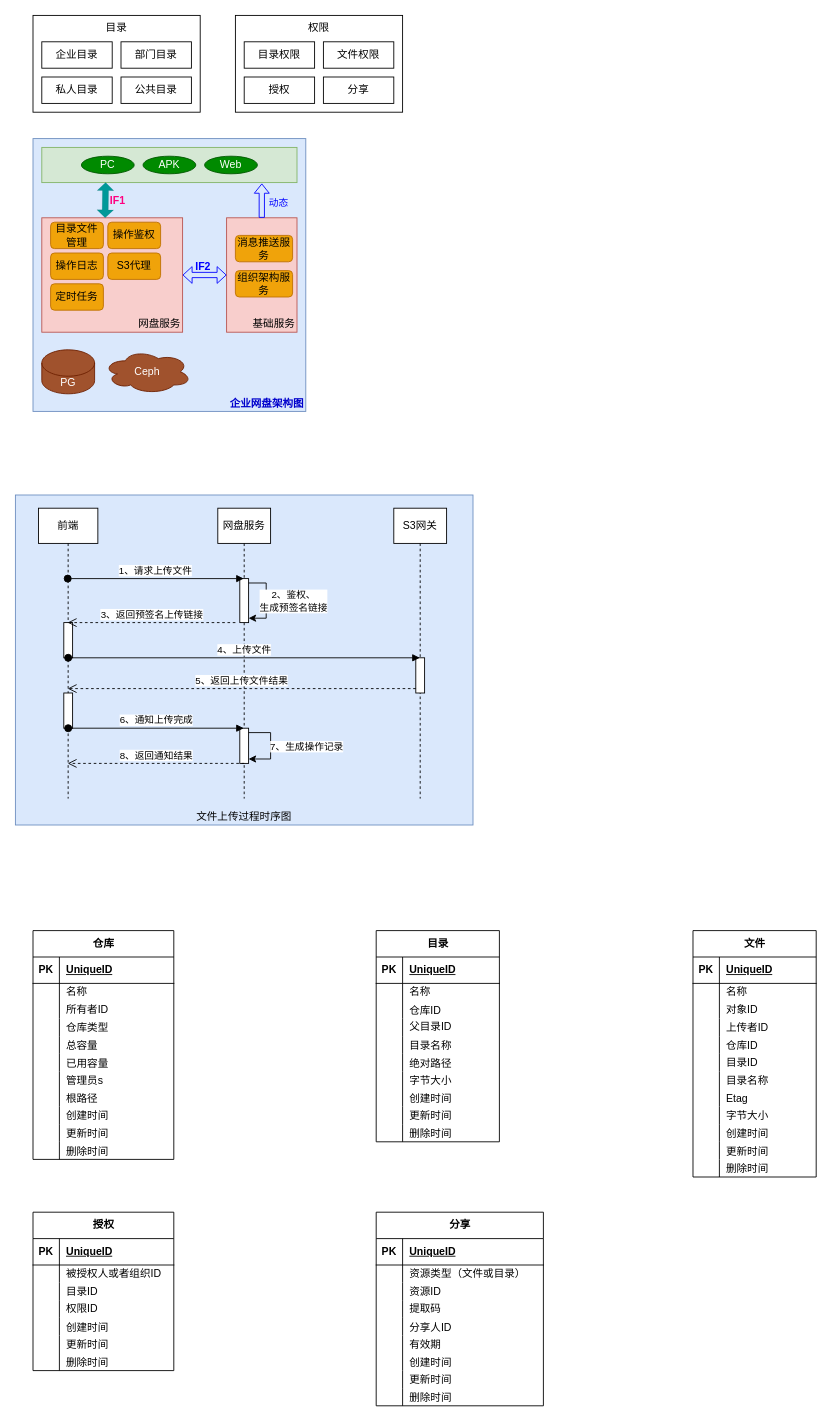
zebra-min/my-design keeps this draw.io diagram as page "企业网盘" (4 of 4) of StreamOA架构设计.drawio. Above is the earlier version. Source tidied: cells renumbered, new cells numbered last; positions are measured from the earlier drawing's top-left corner, leaving out a move shared by most shapes. Both pictures are drawn from the tidied source at 88%, with x=0, y=0 at pixel (15, 15).
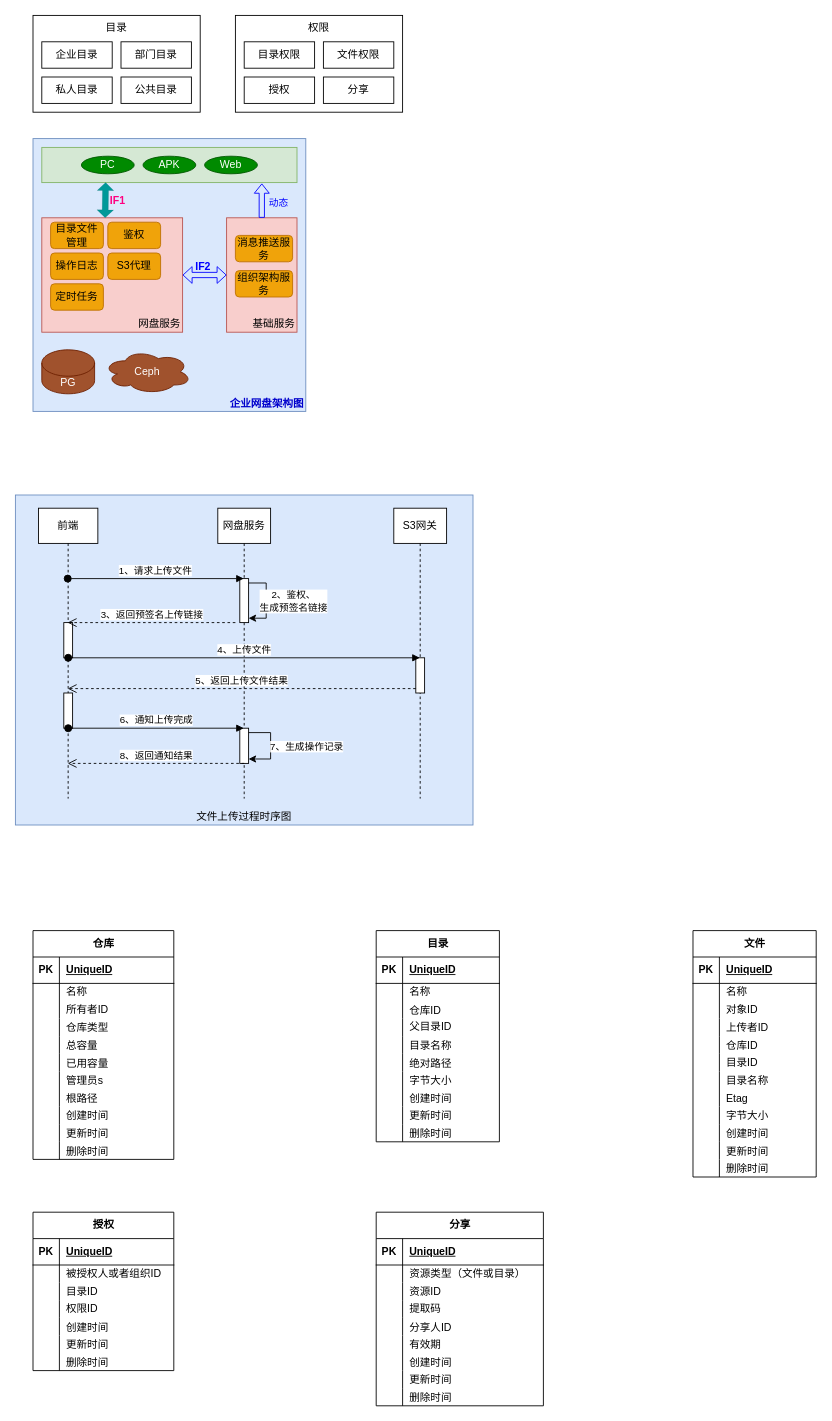
The same diagram, later.

Commit message:
更新StreamOA架构设计.drawio

Diff of the diagram source:
```diff
@@
-    <mxCell id="21" value="操作鉴权" style="rounded=1;whiteSpace=wrap;html=1;fillColor=#f0a30a;strokeColor=#BD7000;fontColor=#000000;fontFamily=Helvetica;" parent="1" vertex="1">
+    <mxCell id="21" value="&lt;div&gt;&lt;span style=&quot;background-color: initial;&quot;&gt;鉴权&lt;/span&gt;&lt;br&gt;&lt;/div&gt;" style="rounded=1;whiteSpace=wrap;html=1;fillColor=#f0a30a;strokeColor=#BD7000;fontColor=#000000;fontFamily=Helvetica;" parent="1" vertex="1">
       <mxGeometry x="105" y="235" width="60" height="30" as="geometry" />
     </mxCell>
```
